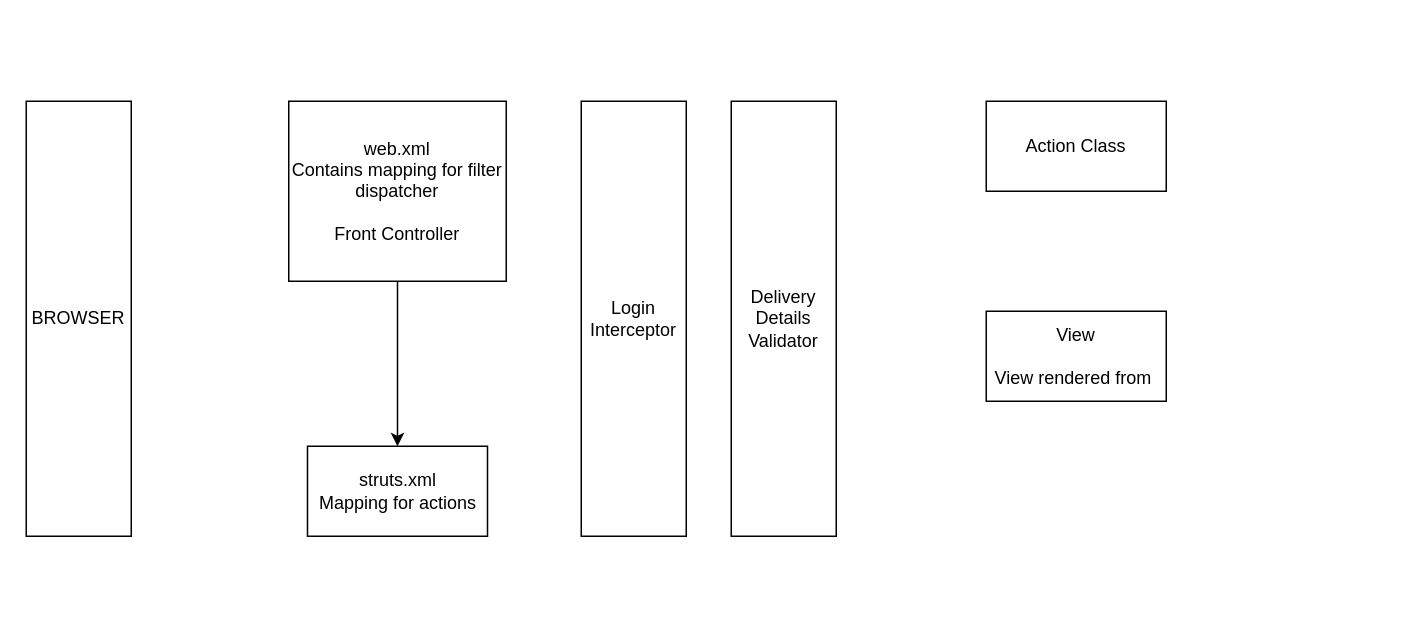
Above: rasoi_architecture.drawio in ssv-cg/rasoi (draw.io), before the change. Source tidied: cells renumbered, new cells numbered last; positions are measured from the earlier drawing's top-left corner, leaving out a move shared by most shapes. Both pictures are drawn from the tidied source at 150%, with x=0, y=0 at pixel (26, 100).
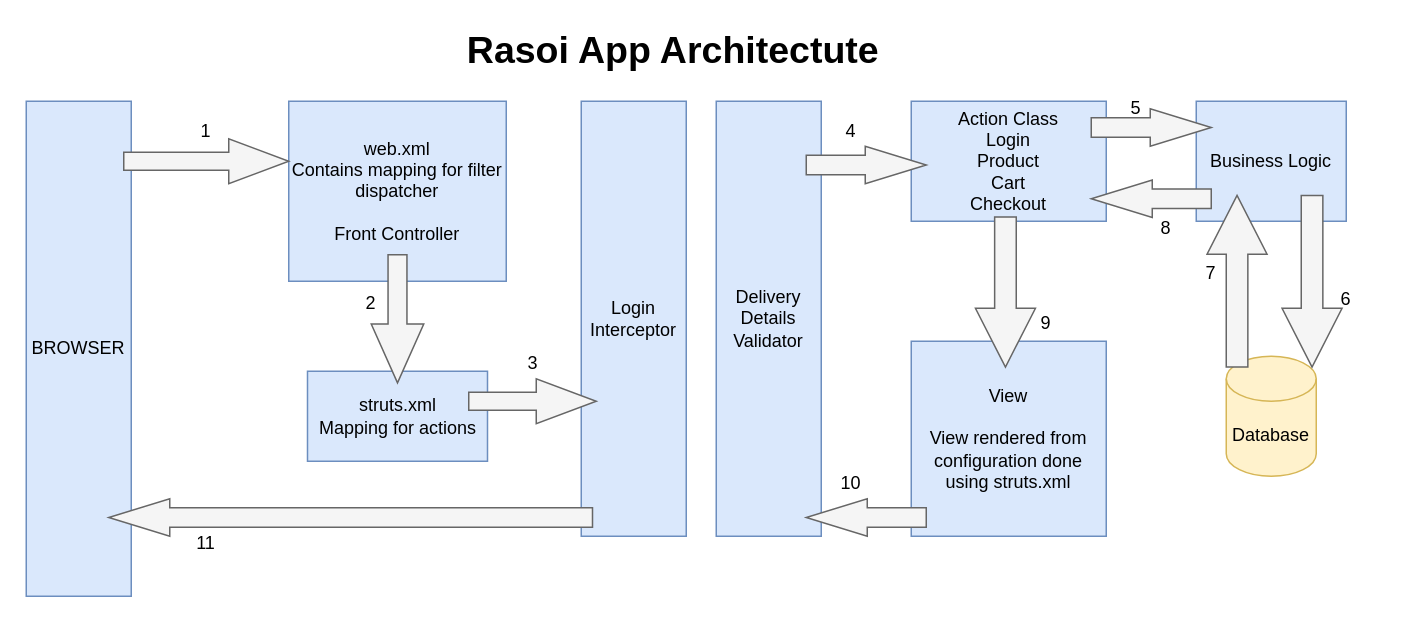
The same page after the edit.

The edit, as a diff of the source:
```diff
@@
-    <mxCell id="2" value="BROWSER" style="rounded=0;whiteSpace=wrap;html=1;" parent="1" vertex="1">
-      <mxGeometry width="70" height="290" as="geometry" />
+    <mxCell id="2" value="BROWSER" style="rounded=0;whiteSpace=wrap;html=1;fillColor=#dae8fc;strokeColor=#6c8ebf;" parent="1" vertex="1">
+      <mxGeometry width="70" height="330" as="geometry" />
     </mxCell>
-    <mxCell id="3" style="edgeStyle=orthogonalEdgeStyle;rounded=0;jettySize=auto;html=1;" parent="1" edge="1" source="4" target="5">
-      <mxGeometry relative="1" as="geometry" />
-    </mxCell>
-    <mxCell id="4" value="web.xml&lt;br&gt;Contains mapping for filter dispatcher&lt;br&gt;&lt;br&gt;Front Controller" style="rounded=0;whiteSpace=wrap;html=1;" parent="1" vertex="1">
+    <mxCell id="4" value="web.xml&lt;br&gt;Contains mapping for filter dispatcher&lt;br&gt;&lt;br&gt;Front Controller" style="rounded=0;whiteSpace=wrap;html=1;fillColor=#dae8fc;strokeColor=#6c8ebf;" parent="1" vertex="1">
       <mxGeometry x="175" width="145" height="120" as="geometry" />
     </mxCell>
-    <mxCell id="5" value="struts.xml&lt;br&gt;Mapping for actions" style="rounded=0;whiteSpace=wrap;html=1;" parent="1" vertex="1">
-      <mxGeometry x="187.5" y="230" width="120" height="60" as="geometry" />
+    <mxCell id="5" value="struts.xml&lt;br&gt;Mapping for actions" style="rounded=0;whiteSpace=wrap;html=1;fillColor=#dae8fc;strokeColor=#6c8ebf;" parent="1" vertex="1">
+      <mxGeometry x="187.5" y="180" width="120" height="60" as="geometry" />
     </mxCell>
-    <mxCell id="6" value="Login Interceptor" style="rounded=0;whiteSpace=wrap;html=1;" parent="1" vertex="1">
+    <mxCell id="6" value="Login Interceptor" style="rounded=0;whiteSpace=wrap;html=1;fillColor=#dae8fc;strokeColor=#6c8ebf;" parent="1" vertex="1">
       <mxGeometry x="370" width="70" height="290" as="geometry" />
     </mxCell>
-    <mxCell id="7" value="Delivery Details Validator" style="rounded=0;whiteSpace=wrap;html=1;" parent="1" vertex="1">
-      <mxGeometry x="470" width="70" height="290" as="geometry" />
+    <mxCell id="7" value="Delivery Details Validator" style="rounded=0;whiteSpace=wrap;html=1;fillColor=#dae8fc;strokeColor=#6c8ebf;" parent="1" vertex="1">
+      <mxGeometry x="460" width="70" height="290" as="geometry" />
     </mxCell>
-    <mxCell id="8" value="Action Class" style="rounded=0;whiteSpace=wrap;html=1;" parent="1" vertex="1">
-      <mxGeometry x="640" width="120" height="60" as="geometry" />
+    <mxCell id="8" value="Action Class&lt;br&gt;Login&lt;br&gt;Product&lt;br&gt;Cart&lt;br&gt;Checkout" style="rounded=0;whiteSpace=wrap;html=1;fillColor=#dae8fc;strokeColor=#6c8ebf;" parent="1" vertex="1">
+      <mxGeometry x="590" width="130" height="80" as="geometry" />
     </mxCell>
-    <mxCell id="9" value="View&lt;br&gt;&lt;br&gt;View rendered from&amp;nbsp;" style="rounded=0;whiteSpace=wrap;html=1;" parent="1" vertex="1">
-      <mxGeometry x="640" y="140" width="120" height="60" as="geometry" />
+    <mxCell id="9" value="View&lt;br&gt;&lt;br&gt;View rendered from configuration done using struts.xml" style="rounded=0;whiteSpace=wrap;html=1;fillColor=#dae8fc;strokeColor=#6c8ebf;" parent="1" vertex="1">
+      <mxGeometry x="590" y="160" width="130" height="130" as="geometry" />
     </mxCell>
+    <mxCell id="10" value="Business Logic" style="rounded=0;whiteSpace=wrap;html=1;fillColor=#dae8fc;strokeColor=#6c8ebf;" parent="1" vertex="1">
+      <mxGeometry x="780" width="100" height="80" as="geometry" />
+    </mxCell>
+    <mxCell id="11" value="Database" style="shape=cylinder3;whiteSpace=wrap;html=1;boundedLbl=1;backgroundOutline=1;size=15;fillColor=#fff2cc;strokeColor=#d6b656;" parent="1" vertex="1">
+      <mxGeometry x="800" y="170" width="60" height="80" as="geometry" />
+    </mxCell>
+    <mxCell id="12" style="html=1;shadow=0;dashed=0;align=center;verticalAlign=middle;shape=mxgraph.arrows2.arrow;dy=0.6;dx=40;notch=0;fillColor=#f5f5f5;strokeColor=#666666;fontColor=#333333;" parent="1" vertex="1">
+      <mxGeometry x="65" y="25" width="110" height="30" as="geometry" />
+    </mxCell>
+    <mxCell id="13" style="html=1;shadow=0;dashed=0;align=center;verticalAlign=middle;shape=mxgraph.arrows2.arrow;dy=0.6;dx=40;notch=0;fillColor=#f5f5f5;strokeColor=#666666;fontColor=#333333;" parent="1" vertex="1">
+      <mxGeometry x="295" y="185" width="85" height="30" as="geometry" />
+    </mxCell>
+    <mxCell id="14" style="html=1;shadow=0;dashed=0;align=center;verticalAlign=middle;shape=mxgraph.arrows2.arrow;dy=0.48;dx=40.67;notch=0;fillColor=#f5f5f5;strokeColor=#666666;fontColor=#333333;" parent="1" vertex="1">
+      <mxGeometry x="520" y="30" width="80" height="25" as="geometry" />
+    </mxCell>
+    <mxCell id="15" style="html=1;shadow=0;dashed=0;align=center;verticalAlign=middle;shape=mxgraph.arrows2.arrow;dy=0.48;dx=40.67;notch=0;fillColor=#f5f5f5;strokeColor=#666666;fontColor=#333333;" parent="1" vertex="1">
+      <mxGeometry x="710" y="5" width="80" height="25" as="geometry" />
+    </mxCell>
+    <mxCell id="16" style="html=1;shadow=0;dashed=0;align=center;verticalAlign=middle;shape=mxgraph.arrows2.arrow;dy=0.64;dx=39.17;notch=0;rotation=90;fillColor=#f5f5f5;strokeColor=#666666;fontColor=#333333;" parent="1" vertex="1">
+      <mxGeometry x="800" y="100" width="114.4" height="40" as="geometry" />
+    </mxCell>
+    <mxCell id="17" style="html=1;shadow=0;dashed=0;align=center;verticalAlign=middle;shape=mxgraph.arrows2.arrow;dy=0.64;dx=39.17;notch=0;rotation=-90;fillColor=#f5f5f5;strokeColor=#666666;fontColor=#333333;" parent="1" vertex="1">
+      <mxGeometry x="750" y="100" width="114.4" height="40" as="geometry" />
+    </mxCell>
+    <mxCell id="18" style="html=1;shadow=0;dashed=0;align=center;verticalAlign=middle;shape=mxgraph.arrows2.arrow;dy=0.48;dx=40.67;notch=0;rotation=-180;fillColor=#f5f5f5;strokeColor=#666666;fontColor=#333333;" parent="1" vertex="1">
+      <mxGeometry x="710" y="52.5" width="80" height="25" as="geometry" />
+    </mxCell>
+    <mxCell id="19" style="html=1;shadow=0;dashed=0;align=center;verticalAlign=middle;shape=mxgraph.arrows2.arrow;dy=0.64;dx=39.17;notch=0;rotation=90;fillColor=#f5f5f5;strokeColor=#666666;fontColor=#333333;" parent="1" vertex="1">
+      <mxGeometry x="602.8" y="107.2" width="100" height="40" as="geometry" />
+    </mxCell>
+    <mxCell id="20" style="html=1;shadow=0;dashed=0;align=center;verticalAlign=middle;shape=mxgraph.arrows2.arrow;dy=0.48;dx=40.67;notch=0;rotation=-180;fillColor=#f5f5f5;strokeColor=#666666;fontColor=#333333;" parent="1" vertex="1">
+      <mxGeometry x="520" y="265" width="80" height="25" as="geometry" />
+    </mxCell>
+    <mxCell id="21" style="html=1;shadow=0;dashed=0;align=center;verticalAlign=middle;shape=mxgraph.arrows2.arrow;dy=0.48;dx=40.67;notch=0;rotation=-180;fillColor=#f5f5f5;strokeColor=#666666;fontColor=#333333;" parent="1" vertex="1">
+      <mxGeometry x="55" y="265" width="322.5" height="25" as="geometry" />
+    </mxCell>
+    <mxCell id="22" style="html=1;shadow=0;dashed=0;align=center;verticalAlign=middle;shape=mxgraph.arrows2.arrow;dy=0.64;dx=39.17;notch=0;rotation=90;fillColor=#f5f5f5;strokeColor=#666666;fontColor=#333333;" parent="1" vertex="1">
+      <mxGeometry x="204.8" y="127.5" width="85.4" height="35" as="geometry" />
+    </mxCell>
+    <mxCell id="23" value="1" style="text;html=1;strokeColor=none;fillColor=none;align=center;verticalAlign=middle;whiteSpace=wrap;rounded=0;" parent="1" vertex="1">
+      <mxGeometry x="90" y="5" width="60" height="30" as="geometry" />
+    </mxCell>
+    <mxCell id="24" value="2" style="text;html=1;strokeColor=none;fillColor=none;align=center;verticalAlign=middle;whiteSpace=wrap;rounded=0;" parent="1" vertex="1">
+      <mxGeometry x="200" y="120" width="60" height="30" as="geometry" />
+    </mxCell>
+    <mxCell id="25" value="3" style="text;html=1;strokeColor=none;fillColor=none;align=center;verticalAlign=middle;whiteSpace=wrap;rounded=0;" parent="1" vertex="1">
+      <mxGeometry x="307.5" y="160" width="60" height="30" as="geometry" />
+    </mxCell>
+    <mxCell id="26" value="11" style="text;html=1;strokeColor=none;fillColor=none;align=center;verticalAlign=middle;whiteSpace=wrap;rounded=0;" parent="1" vertex="1">
+      <mxGeometry x="90" y="280" width="60" height="30" as="geometry" />
+    </mxCell>
+    <mxCell id="27" value="4" style="text;html=1;strokeColor=none;fillColor=none;align=center;verticalAlign=middle;whiteSpace=wrap;rounded=0;" parent="1" vertex="1">
+      <mxGeometry x="520" y="5" width="60" height="30" as="geometry" />
+    </mxCell>
+    <mxCell id="28" value="5" style="text;html=1;strokeColor=none;fillColor=none;align=center;verticalAlign=middle;whiteSpace=wrap;rounded=0;" parent="1" vertex="1">
+      <mxGeometry x="710" y="-10" width="60" height="30" as="geometry" />
+    </mxCell>
+    <mxCell id="29" value="8" style="text;html=1;strokeColor=none;fillColor=none;align=center;verticalAlign=middle;whiteSpace=wrap;rounded=0;" parent="1" vertex="1">
+      <mxGeometry x="730" y="70" width="60" height="30" as="geometry" />
+    </mxCell>
+    <mxCell id="30" value="6" style="text;html=1;strokeColor=none;fillColor=none;align=center;verticalAlign=middle;whiteSpace=wrap;rounded=0;" parent="1" vertex="1">
+      <mxGeometry x="850" y="117.2" width="60" height="30" as="geometry" />
+    </mxCell>
+    <mxCell id="31" value="7" style="text;html=1;strokeColor=none;fillColor=none;align=center;verticalAlign=middle;whiteSpace=wrap;rounded=0;" parent="1" vertex="1">
+      <mxGeometry x="760" y="100" width="60" height="30" as="geometry" />
+    </mxCell>
+    <mxCell id="32" value="9" style="text;html=1;strokeColor=none;fillColor=none;align=center;verticalAlign=middle;whiteSpace=wrap;rounded=0;" parent="1" vertex="1">
+      <mxGeometry x="650" y="132.5" width="60" height="30" as="geometry" />
+    </mxCell>
+    <mxCell id="33" value="10" style="text;html=1;strokeColor=none;fillColor=none;align=center;verticalAlign=middle;whiteSpace=wrap;rounded=0;" parent="1" vertex="1">
+      <mxGeometry x="520" y="240" width="60" height="30" as="geometry" />
+    </mxCell>
+    <mxCell id="34" value="&lt;b&gt;&lt;font style=&quot;font-size: 25px;&quot;&gt;Rasoi App Architectute&lt;/font&gt;&lt;/b&gt;" style="text;html=1;strokeColor=none;fillColor=none;align=center;verticalAlign=middle;whiteSpace=wrap;rounded=0;" parent="1" vertex="1">
+      <mxGeometry x="250" y="-50" width="362.5" height="30" as="geometry" />
+    </mxCell>
```
